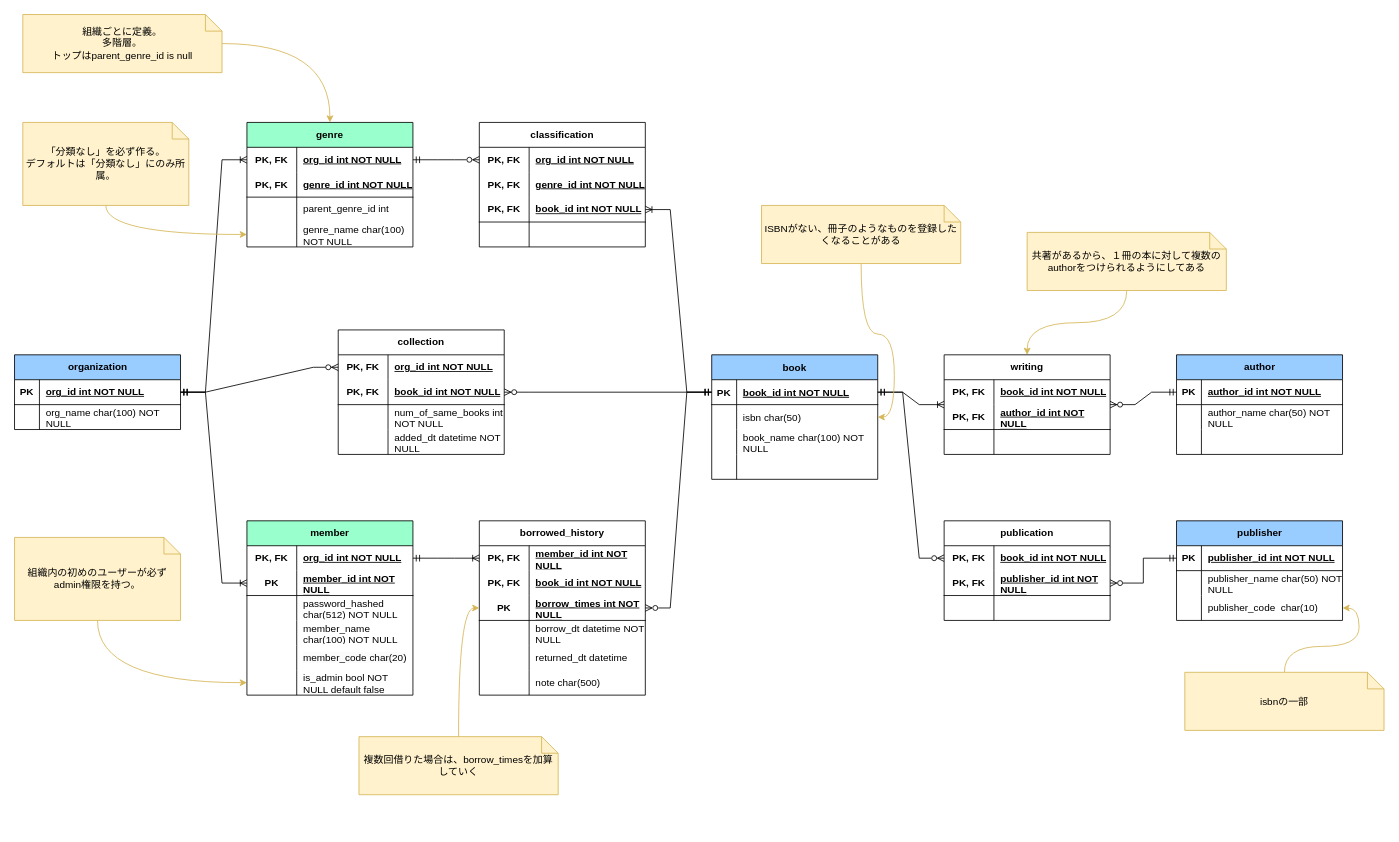
Earlier version of the draw.io diagram doc/er_diagram.drawio (yo16/bookshelf_2023). Source tidied: cells renumbered, new cells numbered last; positions are measured from the earlier drawing's top-left corner, leaving out a move shared by most shapes. Both pictures are drawn from the tidied source at 83%, with x=0, y=0 at pixel (14, 14).
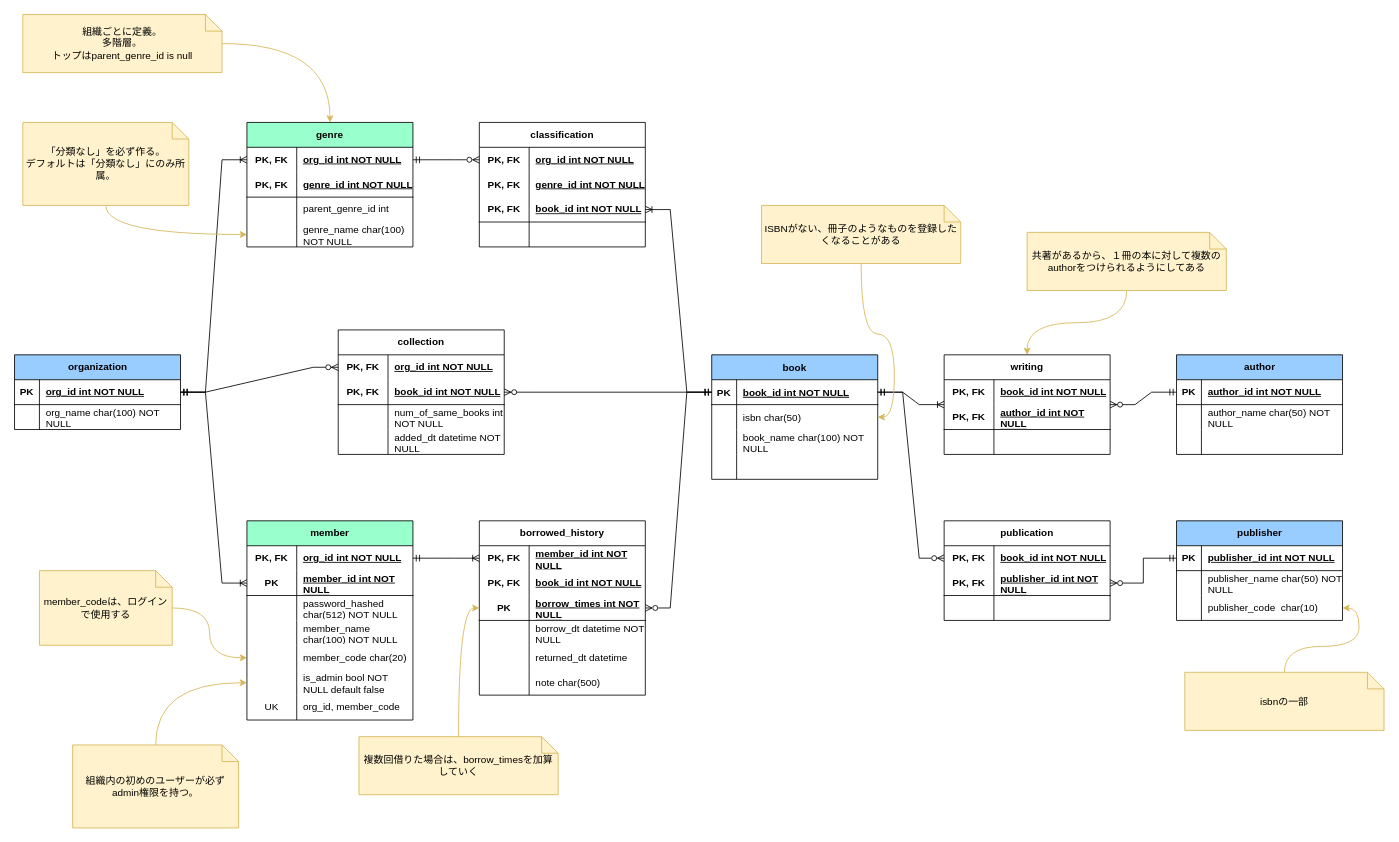
Above is the later version.

The change refers to these unchanged cells:
```xml
<mxCell id="157" style="shape=tableRow;horizontal=0;startSize=0;swimlaneHead=0;swimlaneBody=0;fillColor=none;points=[[0,0.5],[1,0.5]];portConstraint=eastwest;top=0;left=0;right=0;bottom=0;html=1;" parent="144" vertex="1">
  <mxGeometry y="150" width="200" height="30" as="geometry" />
</mxCell>
```

Change to the diagram source:
```diff
@@
     <mxCell id="144" value="member" style="shape=table;startSize=30;childLayout=tableLayout;rowLines=0;fontStyle=1;align=center;html=1;whiteSpace=wrap;fillColor=#99FFCC;" parent="1" vertex="1">
-      <mxGeometry x="280" y="610" width="200" height="210" as="geometry" />
+      <mxGeometry x="280" y="610" width="200" height="240" as="geometry" />
     </mxCell>
@@
+    <mxCell id="165" style="shape=tableRow;horizontal=0;startSize=0;swimlaneHead=0;swimlaneBody=0;fillColor=none;top=0;left=0;right=0;bottom=0;html=1;" parent="144" vertex="1">
+      <mxGeometry y="210" width="200" height="30" as="geometry" />
+    </mxCell>
+    <mxCell id="166" value="UK" style="shape=partialRectangle;fillColor=none;top=0;left=0;bottom=0;right=0;overflow=hidden;html=1;whiteSpace=wrap;" parent="165" vertex="1">
+      <mxGeometry width="60" height="30" as="geometry" />
+    </mxCell>
+    <mxCell id="167" value="org_id, member_code" style="shape=partialRectangle;fillColor=none;top=0;left=0;bottom=0;right=0;align=left;spacingLeft=6;overflow=hidden;html=1;whiteSpace=wrap;" parent="165" vertex="1">
+      <mxGeometry x="60" width="140" height="30" as="geometry" />
+    </mxCell>
@@
     <mxCell id="164" value="組織内の初めのユーザーが必ずadmin権限を持つ。" style="shape=note;size=20;whiteSpace=wrap;html=1;fillColor=#fff2cc;strokeColor=#d6b656;" parent="1" vertex="1">
-      <mxGeometry y="630" width="200" height="100" as="geometry" />
+      <mxGeometry x="70" y="880" width="200" height="100" as="geometry" />
     </mxCell>
+    <mxCell id="168" value="member_codeは、ログインで使用する" style="shape=note;size=20;whiteSpace=wrap;html=1;fillColor=#fff2cc;strokeColor=#d6b656;" parent="1" vertex="1">
+      <mxGeometry x="30" y="670" width="160" height="90" as="geometry" />
+    </mxCell>
+    <mxCell id="169" style="edgeStyle=orthogonalEdgeStyle;jettySize=auto;html=1;fillColor=#fff2cc;strokeColor=#d6b656;curved=1;" parent="1" edge="1" source="168" target="157">
+      <mxGeometry relative="1" as="geometry" />
+    </mxCell>
```
